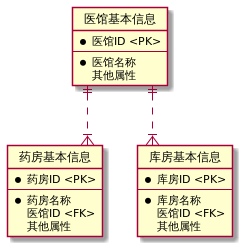
The PlantUML diagram src/main/asciidoc/entity000.png in ab-shangzhou/medicine-museum, before a commit. Source of this version:
```plantuml
@startuml
hide circle
skinparam linetype ortho

entity "医馆基本信息" as e01 {
    *医馆ID <PK>
    --
    *医馆名称
     其他属性
}

entity "药房基本信息" as e02 {
    *药房ID <PK>
    --
    *药房名称
     医馆ID <FK>
     其他属性
}

entity "库房基本信息" as e03 {
    *库房ID <PK>
    --
    *库房名称
     医馆ID <FK>
     其他属性
}

e01 ||..|{ e02
e01 ||..|{ e03
@enduml
```
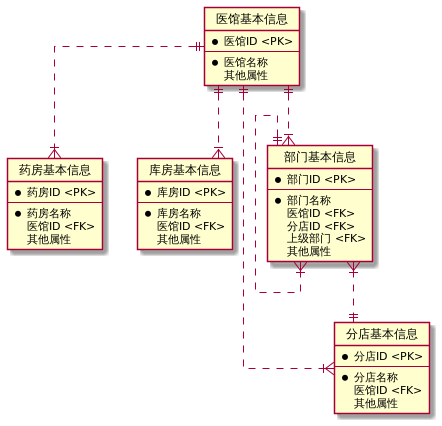
After the commit.

Commit message:
添加医馆、药房、库房关系图

The edit, as a diff of the source:
```diff
@@ -25,6 +25,27 @@
      其他属性
 }
 
+entity "部门基本信息" as e04 {
+    *部门ID <PK>
+    --
+    *部门名称
+     医馆ID <FK>
+     分店ID <FK>
+     上级部门 <FK>
+     其他属性
+}
+entity "分店基本信息" as e05 {
+    *分店ID <PK>
+    --
+    *分店名称
+     医馆ID <FK>
+     其他属性
+}
+
 e01 ||..|{ e02
 e01 ||..|{ e03
+e01 ||..|{ e04
+e01 ||..|{ e05
+e04 ||..|{ e04
+e04 }|..|| e05
 @enduml
```
